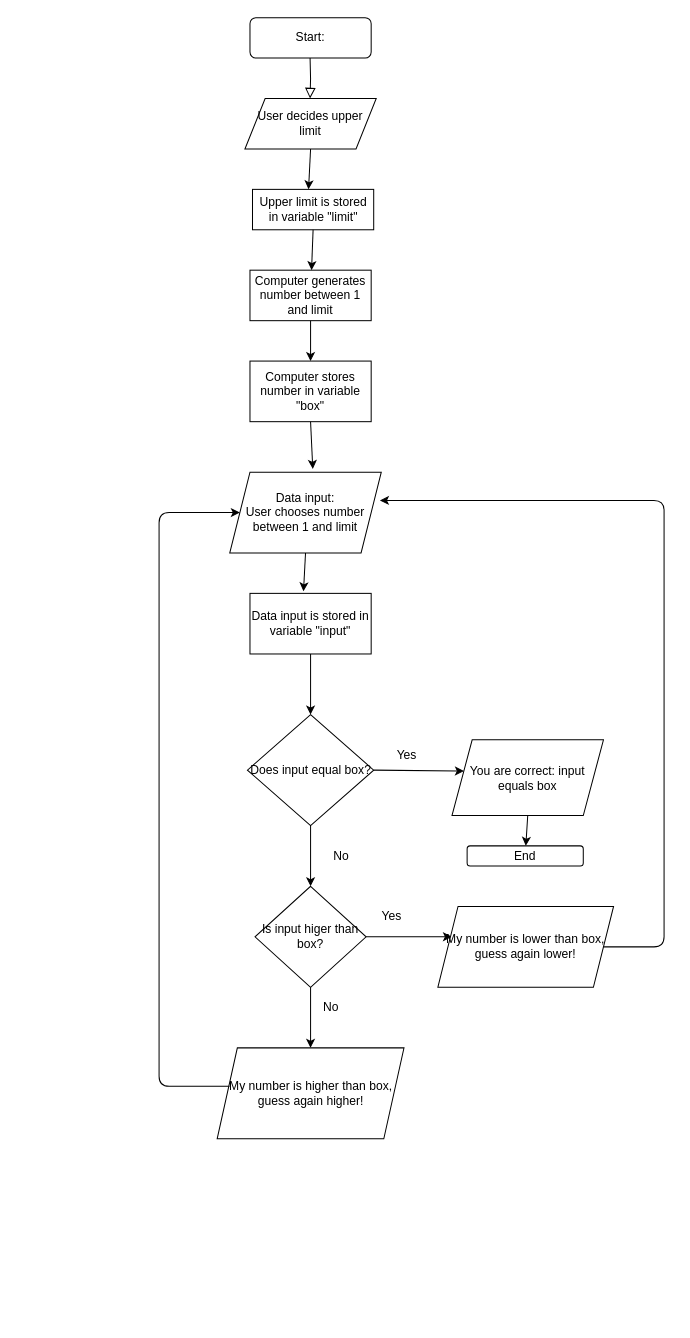
evelyngst/FE21-Algorithms-Evelyn-Ronny keeps this draw.io diagram as basic/basic-ex-guessing-game.drawio. Above is the earlier version. Source tidied: cells renumbered, new cells numbered last; positions are measured from the earlier drawing's top-left corner, leaving out a move shared by most shapes. Both pictures are drawn from the tidied source at 101%, with x=0, y=0 at pixel (159, 17).
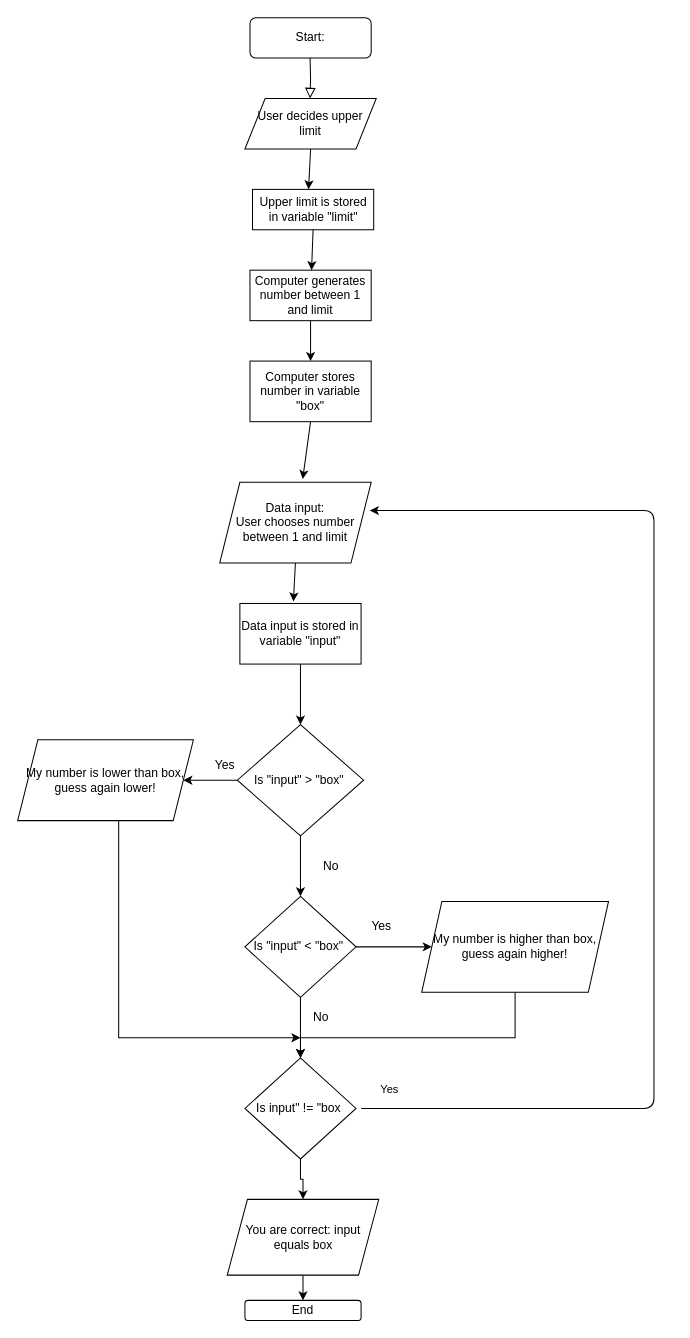
After the change.

Commit message:
Update basic-ex-guessing-game.drawio to match pseudocode

The edit, as a diff of the source:
```diff
@@
     <mxCell id="4" value="Data input:&lt;br&gt;User chooses number between 1 and limit" style="shape=parallelogram;perimeter=parallelogramPerimeter;whiteSpace=wrap;html=1;fixedSize=1;" parent="1" vertex="1">
-      <mxGeometry x="70" y="450" width="150" height="80" as="geometry" />
+      <mxGeometry x="60" y="460" width="150" height="80" as="geometry" />
     </mxCell>
@@
     <mxCell id="9" value="Data input is stored in variable &quot;input&quot;" style="rounded=0;whiteSpace=wrap;html=1;" parent="1" vertex="1">
-      <mxGeometry x="90" y="570" width="120" height="60" as="geometry" />
+      <mxGeometry x="80" y="580" width="120" height="60" as="geometry" />
     </mxCell>
     <mxCell id="10" style="endArrow=classic;html=1;exitX=0.5;exitY=1;exitDx=0;exitDy=0;" parent="1" edge="1" source="4">
       <mxGeometry relative="1" as="geometry">
-        <mxPoint x="143" y="568" as="targetPoint" />
+        <mxPoint x="133" y="578" as="targetPoint" />
       </mxGeometry>
     </mxCell>
     <mxCell id="11" style="endArrow=classic;html=1;exitX=0.5;exitY=1;exitDx=0;exitDy=0;" parent="1" edge="1" source="9">
       <mxGeometry relative="1" as="geometry">
-        <mxPoint x="150" y="690" as="targetPoint" />
+        <mxPoint x="140" y="700" as="targetPoint" />
       </mxGeometry>
     </mxCell>
+    <mxCell id="33" style="edgeStyle=orthogonalEdgeStyle;rounded=0;jettySize=auto;html=1;" parent="1" edge="1" source="12" target="23">
+      <mxGeometry relative="1" as="geometry" />
+    </mxCell>
-    <mxCell id="12" value="Does input equal box?" style="rhombus;whiteSpace=wrap;html=1;" parent="1" vertex="1">
-      <mxGeometry x="87.5" y="690" width="125" height="110" as="geometry" />
+    <mxCell id="12" value="Is &quot;input&quot; &amp;gt; &quot;box&quot;&amp;nbsp;" style="rhombus;whiteSpace=wrap;html=1;" parent="1" vertex="1">
+      <mxGeometry x="77.5" y="700" width="125" height="110" as="geometry" />
     </mxCell>
     <mxCell id="13" value="You are correct: input equals box" style="shape=parallelogram;perimeter=parallelogramPerimeter;whiteSpace=wrap;html=1;fixedSize=1;" parent="1" vertex="1">
-      <mxGeometry x="290" y="715" width="150" height="75" as="geometry" />
+      <mxGeometry x="67.5" y="1170" width="150" height="75" as="geometry" />
     </mxCell>
     <mxCell id="14" value="Yes" style="text;html=1;align=center;verticalAlign=middle;" parent="1" vertex="1">
-      <mxGeometry x="230" y="720" width="30" height="20" as="geometry" />
+      <mxGeometry x="50" y="730" width="30" height="20" as="geometry" />
     </mxCell>
-    <mxCell id="15" style="endArrow=classic;html=1;exitX=1;exitY=0.5;exitDx=0;exitDy=0;entryX=0.079;entryY=0.413;entryDx=0;entryDy=0;entryPerimeter=0;" parent="1" edge="1" source="12" target="13">
-      <mxGeometry relative="1" as="geometry" />
-    </mxCell>
     <mxCell id="16" style="endArrow=classic;html=1;exitX=0.5;exitY=1;exitDx=0;exitDy=0;" parent="1" edge="1" source="12">
       <mxGeometry relative="1" as="geometry">
-        <mxPoint x="150" y="860" as="targetPoint" />
+        <mxPoint x="140" y="870" as="targetPoint" />
       </mxGeometry>
     </mxCell>
     <mxCell id="17" value="No" style="text;html=1;align=center;verticalAlign=middle;" parent="1" vertex="1">
-      <mxGeometry x="165" y="820" width="30" height="20" as="geometry" />
+      <mxGeometry x="155" y="830" width="30" height="20" as="geometry" />
     </mxCell>
-    <mxCell id="18" value="Is input higer than box?" style="rhombus;whiteSpace=wrap;html=1;" parent="1" vertex="1">
-      <mxGeometry x="95" y="860" width="110" height="100" as="geometry" />
+    <mxCell id="18" value="Is &quot;input&quot; &amp;lt;&amp;nbsp;&quot;box&quot;&amp;nbsp;" style="rhombus;whiteSpace=wrap;html=1;" parent="1" vertex="1">
+      <mxGeometry x="85" y="870" width="110" height="100" as="geometry" />
     </mxCell>
@@
     <mxCell id="20" value="End" style="rounded=1;whiteSpace=wrap;html=1;" parent="1" vertex="1">
-      <mxGeometry x="305" y="820" width="115" height="20" as="geometry" />
+      <mxGeometry x="85" y="1270" width="115" height="20" as="geometry" />
     </mxCell>
-    <mxCell id="21" style="endArrow=classic;html=1;exitX=1;exitY=0.5;exitDx=0;exitDy=0;" parent="1" edge="1" source="18">
-      <mxGeometry relative="1" as="geometry">
-        <mxPoint x="290" y="910" as="targetPoint" />
-      </mxGeometry>
+    <mxCell id="21" style="endArrow=classic;html=1;exitX=1;exitY=0.5;exitDx=0;exitDy=0;entryX=0;entryY=0.5;entryDx=0;entryDy=0;" parent="1" edge="1" source="18" target="26">
+      <mxGeometry relative="1" as="geometry" />
     </mxCell>
     <mxCell id="22" value="Yes" style="text;html=1;align=center;verticalAlign=middle;" parent="1" vertex="1">
-      <mxGeometry x="215" y="880" width="30" height="20" as="geometry" />
+      <mxGeometry x="205" y="890" width="30" height="20" as="geometry" />
     </mxCell>
+    <mxCell id="34" style="edgeStyle=orthogonalEdgeStyle;rounded=0;jettySize=auto;html=1;" parent="1" edge="1" source="23">
+      <mxGeometry relative="1" as="geometry">
+        <mxPoint x="140" y="1010" as="targetPoint" />
+        <Array as="points">
+          <mxPoint x="-40" y="1010" />
+        </Array>
+      </mxGeometry>
+    </mxCell>
     <mxCell id="23" value="My number is lower than box, guess again lower!" style="shape=parallelogram;perimeter=parallelogramPerimeter;whiteSpace=wrap;html=1;fixedSize=1;" parent="1" vertex="1">
-      <mxGeometry x="276" y="880" width="174" height="80" as="geometry" />
+      <mxGeometry x="-140" y="715" width="174" height="80" as="geometry" />
     </mxCell>
-    <mxCell id="24" style="endArrow=classic;html=1;exitX=1;exitY=0.5;exitDx=0;exitDy=0;entryX=0.991;entryY=0.35;entryDx=0;entryDy=0;entryPerimeter=0;" parent="1" edge="1" source="23" target="4">
+    <mxCell id="24" style="endArrow=classic;html=1;entryX=0.991;entryY=0.35;entryDx=0;entryDy=0;entryPerimeter=0;" parent="1" edge="1" target="4">
       <mxGeometry relative="1" as="geometry">
+        <mxPoint x="200" y="1080" as="sourcePoint" />
         <Array as="points">
-          <mxPoint x="500" y="920" />
-          <mxPoint x="500" y="478" />
+          <mxPoint x="490" y="1080" />
+          <mxPoint x="490" y="488" />
         </Array>
       </mxGeometry>
     </mxCell>
+    <mxCell id="35" value="Yes" style="edgeLabel;html=1;align=center;verticalAlign=middle;" parent="24" vertex="1">
+      <mxGeometry x="-0.79" y="1" relative="1" as="geometry">
+        <mxPoint x="-95" y="-19" as="offset" />
+      </mxGeometry>
+    </mxCell>
     <mxCell id="25" style="endArrow=classic;html=1;exitX=0.5;exitY=1;exitDx=0;exitDy=0;" parent="1" edge="1" source="18">
       <mxGeometry relative="1" as="geometry">
-        <mxPoint x="150" y="1020" as="targetPoint" />
+        <mxPoint x="140" y="1030" as="targetPoint" />
       </mxGeometry>
     </mxCell>
+    <mxCell id="36" style="edgeStyle=orthogonalEdgeStyle;rounded=0;jettySize=auto;html=1;exitX=0.5;exitY=1;exitDx=0;exitDy=0;" parent="1" edge="1" source="26" target="38">
+      <mxGeometry relative="1" as="geometry">
+        <Array as="points">
+          <mxPoint x="353" y="1010" />
+          <mxPoint x="140" y="1010" />
+        </Array>
+      </mxGeometry>
+    </mxCell>
     <mxCell id="26" value="My number is higher than box, guess again higher!" style="shape=parallelogram;perimeter=parallelogramPerimeter;whiteSpace=wrap;html=1;fixedSize=1;" parent="1" vertex="1">
-      <mxGeometry x="57.5" y="1020" width="185" height="90" as="geometry" />
+      <mxGeometry x="260" y="875" width="185" height="90" as="geometry" />
     </mxCell>
-    <mxCell id="27" style="endArrow=classic;html=1;exitX=0.066;exitY=0.422;exitDx=0;exitDy=0;exitPerimeter=0;entryX=0;entryY=0.5;entryDx=0;entryDy=0;" parent="1" edge="1" source="26" target="4">
-      <mxGeometry relative="1" as="geometry">
-        <Array as="points">
-          <mxPoint y="1058" />
-          <mxPoint y="490" />
-        </Array>
-      </mxGeometry>
-    </mxCell>
     <mxCell id="28" value="No" style="text;html=1;align=center;verticalAlign=middle;" parent="1" vertex="1">
-      <mxGeometry x="155" y="970" width="30" height="20" as="geometry" />
+      <mxGeometry x="145" y="980" width="30" height="20" as="geometry" />
     </mxCell>
@@
+    <mxCell id="37" style="edgeStyle=orthogonalEdgeStyle;rounded=0;jettySize=auto;html=1;" parent="1" edge="1" source="38" target="13">
+      <mxGeometry relative="1" as="geometry" />
+    </mxCell>
+    <mxCell id="38" value="Is input&quot; != &quot;box&amp;nbsp;" style="rhombus;whiteSpace=wrap;html=1;" parent="1" vertex="1">
+      <mxGeometry x="85" y="1030" width="110" height="100" as="geometry" />
+    </mxCell>
```
